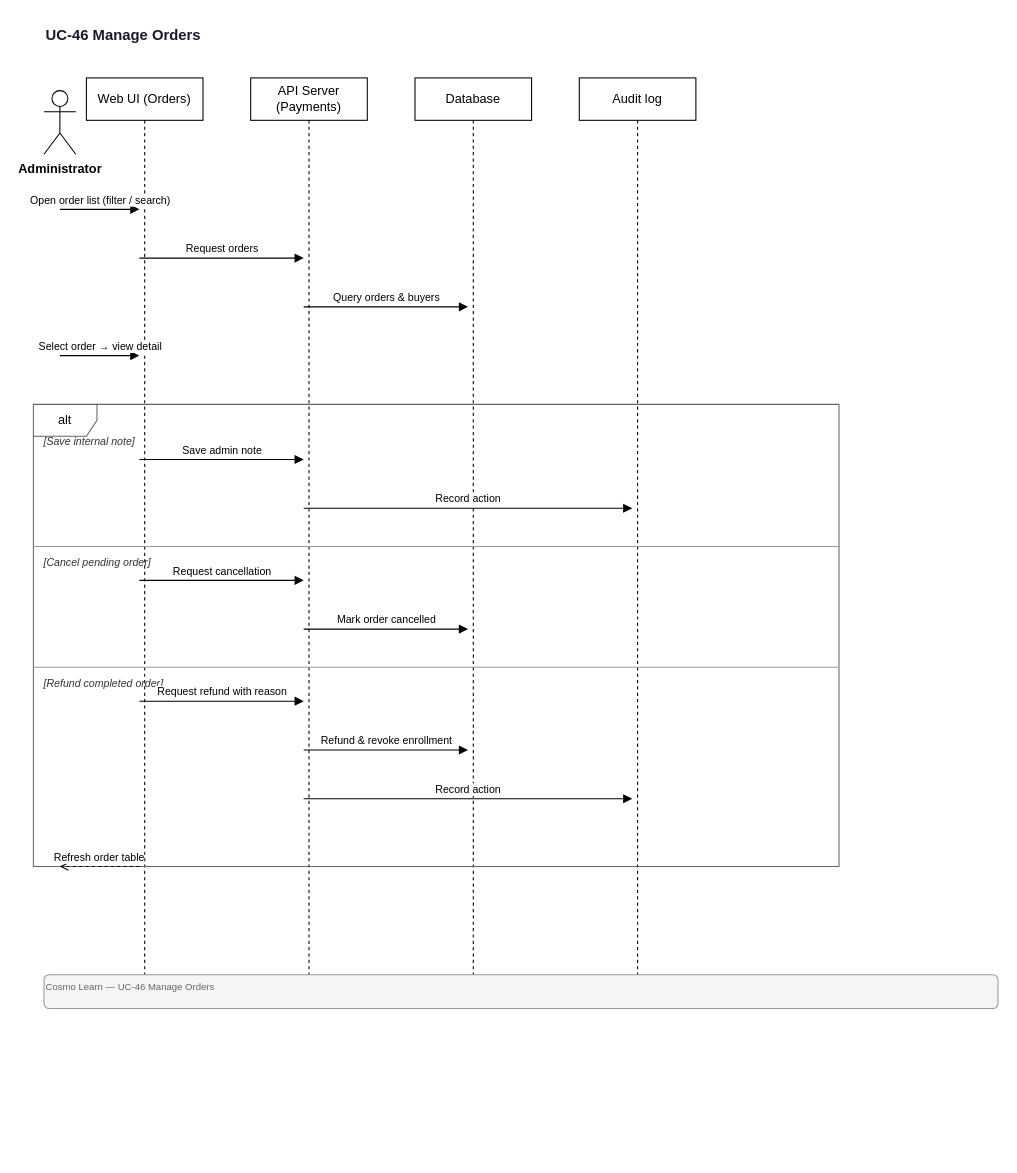
Earlier version of the draw.io diagram docs/diagrams/sequence/UC-46-Manage-Order.drawio (quangg1/ASTRO_EDU). Source tidied: cells renumbered, new cells numbered last; positions are measured from the earlier drawing's top-left corner, leaving out a move shared by most shapes. Both pictures are drawn from the tidied source at 106%, with x=0, y=0 at pixel (33, 18).
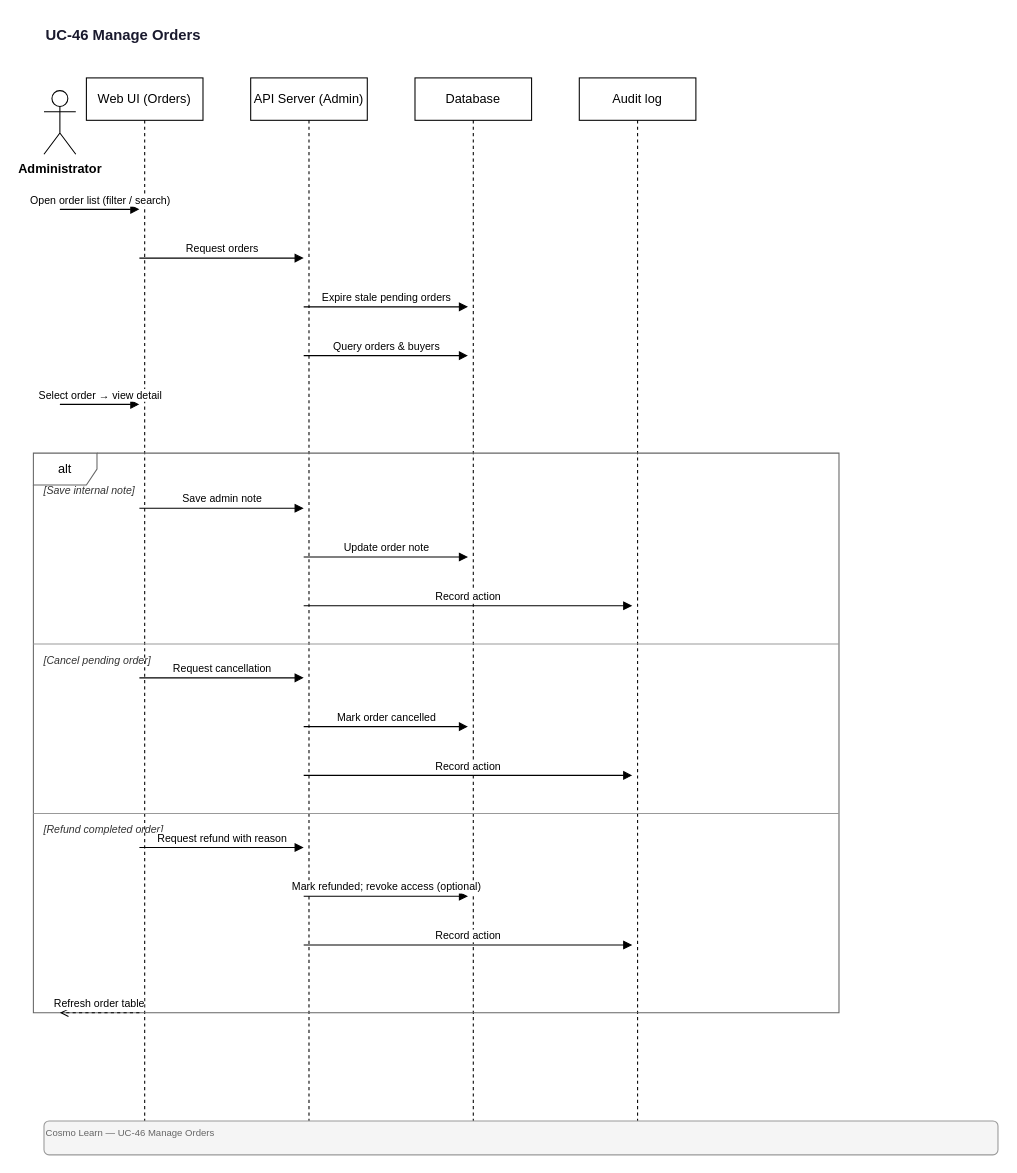
The same page after the edit.

Change to the diagram source:
```diff
@@
     <mxCell id="4" value="Web UI (Orders)" style="shape=umlLifeline;perimeter=lifelinePerimeter;whiteSpace=wrap;html=1;size=40;" parent="1" vertex="1">
-      <mxGeometry x="50" y="56" width="110" height="848" as="geometry" />
+      <mxGeometry x="50" y="56" width="110" height="986" as="geometry" />
     </mxCell>
-    <mxCell id="5" value="API Server (Payments)" style="shape=umlLifeline;perimeter=lifelinePerimeter;whiteSpace=wrap;html=1;size=40;" parent="1" vertex="1">
-      <mxGeometry x="205" y="56" width="110" height="848" as="geometry" />
+    <mxCell id="5" value="API Server (Admin)" style="shape=umlLifeline;perimeter=lifelinePerimeter;whiteSpace=wrap;html=1;size=40;" parent="1" vertex="1">
+      <mxGeometry x="205" y="56" width="110" height="986" as="geometry" />
     </mxCell>
     <mxCell id="6" value="Database" style="shape=umlLifeline;perimeter=lifelinePerimeter;whiteSpace=wrap;html=1;size=40;" parent="1" vertex="1">
-      <mxGeometry x="360" y="56" width="110" height="848" as="geometry" />
+      <mxGeometry x="360" y="56" width="110" height="986" as="geometry" />
     </mxCell>
     <mxCell id="7" value="Audit log" style="shape=umlLifeline;perimeter=lifelinePerimeter;whiteSpace=wrap;html=1;size=40;" parent="1" vertex="1">
-      <mxGeometry x="515" y="56" width="110" height="848" as="geometry" />
+      <mxGeometry x="515" y="56" width="110" height="986" as="geometry" />
     </mxCell>
@@
-    <mxCell id="10" value="Query orders &amp; buyers" style="endArrow=block;endFill=1;html=1;fontSize=10;verticalAlign=bottom;" parent="1" edge="1">
+    <mxCell id="10" value="Expire stale pending orders" style="endArrow=block;endFill=1;html=1;fontSize=10;verticalAlign=bottom;" parent="1" edge="1">
       <mxGeometry relative="1" as="geometry">
         <mxPoint x="255" y="272" as="sourcePoint" />
         <mxPoint x="410" y="272" as="targetPoint" />
       </mxGeometry>
     </mxCell>
-    <mxCell id="11" value="Select order → view detail" style="endArrow=block;endFill=1;html=1;fontSize=10;verticalAlign=bottom;" parent="1" edge="1">
+    <mxCell id="11" value="Query orders &amp; buyers" style="endArrow=block;endFill=1;html=1;fontSize=10;verticalAlign=bottom;" parent="1" edge="1">
       <mxGeometry relative="1" as="geometry">
-        <mxPoint x="25" y="318" as="sourcePoint" />
-        <mxPoint x="100" y="318" as="targetPoint" />
+        <mxPoint x="255" y="318" as="sourcePoint" />
+        <mxPoint x="410" y="318" as="targetPoint" />
       </mxGeometry>
     </mxCell>
-    <mxCell id="12" value="alt" style="shape=umlFrame;whiteSpace=wrap;html=1;fillColor=none;strokeColor=#666666;" parent="1" vertex="1">
-      <mxGeometry y="364" width="760" height="436" as="geometry" />
+    <mxCell id="12" value="Select order → view detail" style="endArrow=block;endFill=1;html=1;fontSize=10;verticalAlign=bottom;" parent="1" edge="1">
+      <mxGeometry relative="1" as="geometry">
+        <mxPoint x="25" y="364" as="sourcePoint" />
+        <mxPoint x="100" y="364" as="targetPoint" />
+      </mxGeometry>
     </mxCell>
-    <mxCell id="13" value="[Save internal note]" style="text;html=1;strokeColor=none;fillColor=none;align=left;verticalAlign=middle;fontSize=10;fontStyle=2;fontColor=#333333;" parent="1" vertex="1">
-      <mxGeometry x="8" y="390" width="744" height="18" as="geometry" />
+    <mxCell id="13" value="alt" style="shape=umlFrame;whiteSpace=wrap;html=1;fillColor=none;strokeColor=#666666;" parent="1" vertex="1">
+      <mxGeometry y="410" width="760" height="528" as="geometry" />
     </mxCell>
-    <mxCell id="14" value="Save admin note" style="endArrow=block;endFill=1;html=1;fontSize=10;verticalAlign=bottom;" parent="1" edge="1">
-      <mxGeometry relative="1" as="geometry">
-        <mxPoint x="100" y="416" as="sourcePoint" />
-        <mxPoint x="255" y="416" as="targetPoint" />
-      </mxGeometry>
+    <mxCell id="14" value="[Save internal note]" style="text;html=1;strokeColor=none;fillColor=none;align=left;verticalAlign=middle;fontSize=10;fontStyle=2;fontColor=#333333;" parent="1" vertex="1">
+      <mxGeometry x="8" y="436" width="744" height="18" as="geometry" />
     </mxCell>
-    <mxCell id="15" value="Record action" style="endArrow=block;endFill=1;html=1;fontSize=10;verticalAlign=bottom;" parent="1" edge="1">
+    <mxCell id="15" value="Save admin note" style="endArrow=block;endFill=1;html=1;fontSize=10;verticalAlign=bottom;" parent="1" edge="1">
       <mxGeometry relative="1" as="geometry">
-        <mxPoint x="255" y="462" as="sourcePoint" />
-        <mxPoint x="565" y="462" as="targetPoint" />
+        <mxPoint x="100" y="462" as="sourcePoint" />
+        <mxPoint x="255" y="462" as="targetPoint" />
       </mxGeometry>
     </mxCell>
-    <mxCell id="16" value="[Cancel pending order]" style="text;html=1;strokeColor=none;fillColor=none;align=left;verticalAlign=middle;fontSize=10;fontStyle=2;fontColor=#333333;" parent="1" vertex="1">
-      <mxGeometry x="8" y="504" width="744" height="18" as="geometry" />
+    <mxCell id="16" value="Update order note" style="endArrow=block;endFill=1;html=1;fontSize=10;verticalAlign=bottom;" parent="1" edge="1">
+      <mxGeometry relative="1" as="geometry">
+        <mxPoint x="255" y="508" as="sourcePoint" />
+        <mxPoint x="410" y="508" as="targetPoint" />
+      </mxGeometry>
     </mxCell>
-    <mxCell id="17" style="endArrow=none;html=1;strokeWidth=1;strokeColor=#999999;" parent="1" edge="1">
+    <mxCell id="17" value="Record action" style="endArrow=block;endFill=1;html=1;fontSize=10;verticalAlign=bottom;" parent="1" edge="1">
       <mxGeometry relative="1" as="geometry">
-        <mxPoint y="498" as="sourcePoint" />
-        <mxPoint x="760" y="498" as="targetPoint" />
+        <mxPoint x="255" y="554" as="sourcePoint" />
+        <mxPoint x="565" y="554" as="targetPoint" />
       </mxGeometry>
     </mxCell>
-    <mxCell id="18" value="Request cancellation" style="endArrow=block;endFill=1;html=1;fontSize=10;verticalAlign=bottom;" parent="1" edge="1">
-      <mxGeometry relative="1" as="geometry">
-        <mxPoint x="100" y="530" as="sourcePoint" />
-        <mxPoint x="255" y="530" as="targetPoint" />
-      </mxGeometry>
+    <mxCell id="18" value="[Cancel pending order]" style="text;html=1;strokeColor=none;fillColor=none;align=left;verticalAlign=middle;fontSize=10;fontStyle=2;fontColor=#333333;" parent="1" vertex="1">
+      <mxGeometry x="8" y="596" width="744" height="18" as="geometry" />
     </mxCell>
-    <mxCell id="19" value="Mark order cancelled" style="endArrow=block;endFill=1;html=1;fontSize=10;verticalAlign=bottom;" parent="1" edge="1">
+    <mxCell id="19" style="endArrow=none;html=1;strokeWidth=1;strokeColor=#999999;" parent="1" edge="1">
       <mxGeometry relative="1" as="geometry">
-        <mxPoint x="255" y="576" as="sourcePoint" />
-        <mxPoint x="410" y="576" as="targetPoint" />
+        <mxPoint y="590" as="sourcePoint" />
+        <mxPoint x="760" y="590" as="targetPoint" />
       </mxGeometry>
     </mxCell>
-    <mxCell id="20" value="[Refund completed order]" style="text;html=1;strokeColor=none;fillColor=none;align=left;verticalAlign=middle;fontSize=10;fontStyle=2;fontColor=#333333;" parent="1" vertex="1">
-      <mxGeometry x="8" y="618" width="744" height="18" as="geometry" />
+    <mxCell id="20" value="Request cancellation" style="endArrow=block;endFill=1;html=1;fontSize=10;verticalAlign=bottom;" parent="1" edge="1">
+      <mxGeometry relative="1" as="geometry">
+        <mxPoint x="100" y="622" as="sourcePoint" />
+        <mxPoint x="255" y="622" as="targetPoint" />
+      </mxGeometry>
     </mxCell>
-    <mxCell id="21" style="endArrow=none;html=1;strokeWidth=1;strokeColor=#999999;" parent="1" edge="1">
+    <mxCell id="21" value="Mark order cancelled" style="endArrow=block;endFill=1;html=1;fontSize=10;verticalAlign=bottom;" parent="1" edge="1">
       <mxGeometry relative="1" as="geometry">
-        <mxPoint y="612" as="sourcePoint" />
-        <mxPoint x="760" y="612" as="targetPoint" />
+        <mxPoint x="255" y="668" as="sourcePoint" />
+        <mxPoint x="410" y="668" as="targetPoint" />
       </mxGeometry>
     </mxCell>
-    <mxCell id="22" value="Request refund with reason" style="endArrow=block;endFill=1;html=1;fontSize=10;verticalAlign=bottom;" parent="1" edge="1">
+    <mxCell id="22" value="Record action" style="endArrow=block;endFill=1;html=1;fontSize=10;verticalAlign=bottom;" parent="1" edge="1">
       <mxGeometry relative="1" as="geometry">
-        <mxPoint x="100" y="644" as="sourcePoint" />
-        <mxPoint x="255" y="644" as="targetPoint" />
+        <mxPoint x="255" y="714" as="sourcePoint" />
+        <mxPoint x="565" y="714" as="targetPoint" />
       </mxGeometry>
     </mxCell>
-    <mxCell id="23" value="Refund &amp; revoke enrollment" style="endArrow=block;endFill=1;html=1;fontSize=10;verticalAlign=bottom;" parent="1" edge="1">
-      <mxGeometry relative="1" as="geometry">
-        <mxPoint x="255" y="690" as="sourcePoint" />
-        <mxPoint x="410" y="690" as="targetPoint" />
-      </mxGeometry>
+    <mxCell id="23" value="[Refund completed order]" style="text;html=1;strokeColor=none;fillColor=none;align=left;verticalAlign=middle;fontSize=10;fontStyle=2;fontColor=#333333;" parent="1" vertex="1">
+      <mxGeometry x="8" y="756" width="744" height="18" as="geometry" />
     </mxCell>
-    <mxCell id="24" value="Record action" style="endArrow=block;endFill=1;html=1;fontSize=10;verticalAlign=bottom;" parent="1" edge="1">
+    <mxCell id="24" style="endArrow=none;html=1;strokeWidth=1;strokeColor=#999999;" parent="1" edge="1">
       <mxGeometry relative="1" as="geometry">
-        <mxPoint x="255" y="736" as="sourcePoint" />
-        <mxPoint x="565" y="736" as="targetPoint" />
+        <mxPoint y="750" as="sourcePoint" />
+        <mxPoint x="760" y="750" as="targetPoint" />
       </mxGeometry>
     </mxCell>
-    <mxCell id="25" value="Refresh order table" style="endArrow=open;endFill=0;html=1;dashed=1;fontSize=10;verticalAlign=bottom;" parent="1" edge="1">
+    <mxCell id="25" value="Request refund with reason" style="endArrow=block;endFill=1;html=1;fontSize=10;verticalAlign=bottom;" parent="1" edge="1">
       <mxGeometry relative="1" as="geometry">
-        <mxPoint x="100" y="800" as="sourcePoint" />
-        <mxPoint x="25" y="800" as="targetPoint" />
+        <mxPoint x="100" y="782" as="sourcePoint" />
+        <mxPoint x="255" y="782" as="targetPoint" />
       </mxGeometry>
     </mxCell>
-    <mxCell id="26" value="Cosmo Learn — UC-46 Manage Orders" style="text;html=1;strokeColor=#999;fillColor=#f5f5f5;align=left;verticalAlign=top;fontSize=9;fontColor=#666;rounded=1;" parent="1" vertex="1">
-      <mxGeometry x="10" y="902" width="900" height="32" as="geometry" />
+    <mxCell id="26" value="Mark refunded; revoke access (optional)" style="endArrow=block;endFill=1;html=1;fontSize=10;verticalAlign=bottom;" parent="1" edge="1">
+      <mxGeometry relative="1" as="geometry">
+        <mxPoint x="255" y="828" as="sourcePoint" />
+        <mxPoint x="410" y="828" as="targetPoint" />
+      </mxGeometry>
     </mxCell>
+    <mxCell id="27" value="Record action" style="endArrow=block;endFill=1;html=1;fontSize=10;verticalAlign=bottom;" parent="1" edge="1">
+      <mxGeometry relative="1" as="geometry">
+        <mxPoint x="255" y="874" as="sourcePoint" />
+        <mxPoint x="565" y="874" as="targetPoint" />
+      </mxGeometry>
+    </mxCell>
+    <mxCell id="28" value="Refresh order table" style="endArrow=open;endFill=0;html=1;dashed=1;fontSize=10;verticalAlign=bottom;" parent="1" edge="1">
+      <mxGeometry relative="1" as="geometry">
+        <mxPoint x="100" y="938" as="sourcePoint" />
+        <mxPoint x="25" y="938" as="targetPoint" />
+      </mxGeometry>
+    </mxCell>
+    <mxCell id="29" value="Cosmo Learn — UC-46 Manage Orders" style="text;html=1;strokeColor=#999;fillColor=#f5f5f5;align=left;verticalAlign=top;fontSize=9;fontColor=#666;rounded=1;" parent="1" vertex="1">
+      <mxGeometry x="10" y="1040" width="900" height="32" as="geometry" />
+    </mxCell>
```
